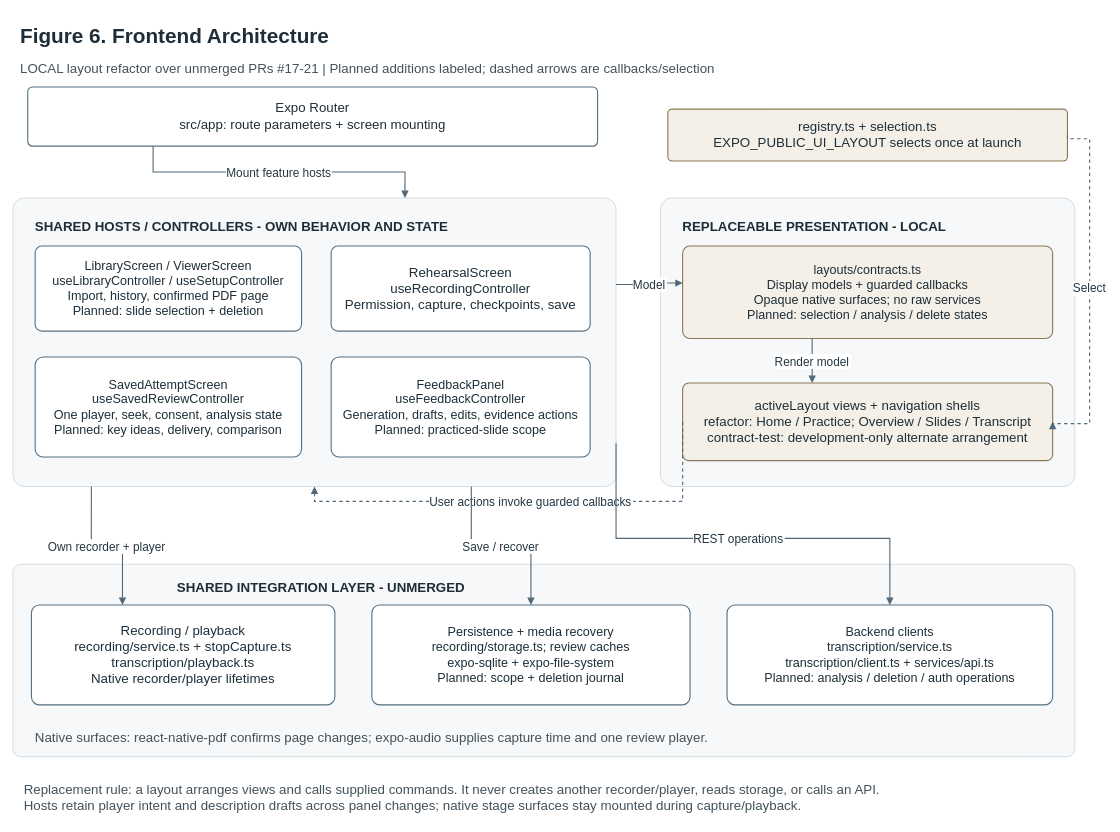
This is docs/diagram-review/sources/figure-6-frontend.drawio from snuhcs-course/swpp-2026-project-team-07, a draw.io file, before an edit. Source tidied: cells renumbered, new cells numbered last; positions are measured from the earlier drawing's top-left corner, leaving out a move shared by most shapes. Both pictures are drawn from the tidied source at 74%, with x=0, y=0 at pixel (13, 13).
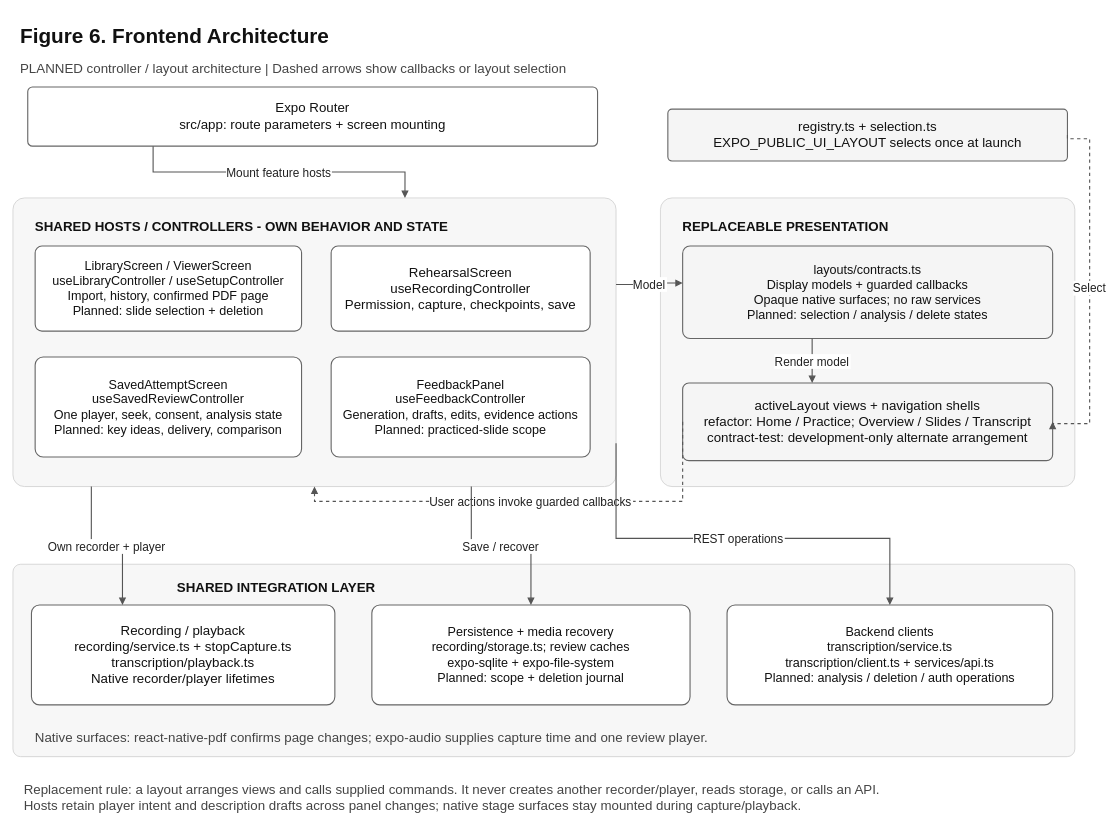
The same page after the edit.

The edit, as a diff of the source:
```diff
@@
-    <mxCell id="2" value="Figure 6. Frontend Architecture" style="html=0;whiteSpace=wrap;fontFamily=Arial;fontSize=18;fontColor=#1e2e38;spacing=10;text;strokeColor=none;fillColor=none;align=left;fontStyle=1;fontSize=28;" parent="1" vertex="1">
+    <mxCell id="2" value="Figure 6. Frontend Architecture" style="html=0;whiteSpace=wrap;fontFamily=Arial;fontSize=18;fontColor=#111111;spacing=10;text;strokeColor=none;fillColor=none;align=left;fontStyle=1;fontSize=28;" parent="1" vertex="1">
       <mxGeometry width="1300" height="45" as="geometry" />
     </mxCell>
-    <mxCell id="3" value="LOCAL layout refactor over unmerged PRs #17-21 | Planned additions labeled; dashed arrows are callbacks/selection" style="html=0;whiteSpace=wrap;fontFamily=Arial;fontSize=18;fontColor=#1e2e38;spacing=10;text;strokeColor=none;fillColor=none;align=left;verticalAlign=top;fontColor=#43515b;" parent="1" vertex="1">
+    <mxCell id="3" value="PLANNED controller / layout architecture | Dashed arrows show callbacks or layout selection" style="html=0;whiteSpace=wrap;fontFamily=Arial;fontSize=18;fontColor=#111111;spacing=10;text;strokeColor=none;fillColor=none;align=left;verticalAlign=top;fontColor=#444444;" parent="1" vertex="1">
       <mxGeometry y="50" width="1440" height="35" as="geometry" />
     </mxCell>
-    <mxCell id="4" value="Expo Router&#10;src/app: route parameters + screen mounting" style="html=0;whiteSpace=wrap;fontFamily=Arial;fontSize=18;fontColor=#1e2e38;spacing=10;rounded=1;arcSize=8;fillColor=#ffffff;strokeColor=#547083;strokeWidth=1.5;" parent="1" vertex="1">
+    <mxCell id="4" value="Expo Router&#10;src/app: route parameters + screen mounting" style="html=0;whiteSpace=wrap;fontFamily=Arial;fontSize=18;fontColor=#111111;spacing=10;rounded=1;arcSize=8;fillColor=#ffffff;strokeColor=#666666;strokeWidth=1.5;" parent="1" vertex="1">
       <mxGeometry x="20" y="100" width="770" height="80" as="geometry" />
     </mxCell>
-    <mxCell id="5" value="SHARED HOSTS / CONTROLLERS - OWN BEHAVIOR AND STATE" style="html=0;whiteSpace=wrap;fontFamily=Arial;fontSize=18;fontColor=#1e2e38;spacing=10;rounded=1;arcSize=4;fillColor=#f6f8fa;strokeColor=#c8d2d9;strokeWidth=1;verticalAlign=top;align=left;spacingLeft=20;spacingTop=14;fontStyle=1;" parent="1" vertex="1">
+    <mxCell id="5" value="SHARED HOSTS / CONTROLLERS - OWN BEHAVIOR AND STATE" style="html=0;whiteSpace=wrap;fontFamily=Arial;fontSize=18;fontColor=#111111;spacing=10;rounded=1;arcSize=4;fillColor=#f7f7f7;strokeColor=#cccccc;strokeWidth=1;verticalAlign=top;align=left;spacingLeft=20;spacingTop=14;fontStyle=1;" parent="1" vertex="1">
       <mxGeometry y="250" width="815" height="390" as="geometry" />
     </mxCell>
-    <mxCell id="6" value="LibraryScreen / ViewerScreen&#10;useLibraryController / useSetupController&#10;Import, history, confirmed PDF page&#10;Planned: slide selection + deletion" style="html=0;whiteSpace=wrap;fontFamily=Arial;fontSize=18;fontColor=#1e2e38;spacing=10;rounded=1;arcSize=8;fillColor=#ffffff;strokeColor=#547083;strokeWidth=1.5;fontSize=17;" parent="1" vertex="1">
+    <mxCell id="6" value="LibraryScreen / ViewerScreen&#10;useLibraryController / useSetupController&#10;Import, history, confirmed PDF page&#10;Planned: slide selection + deletion" style="html=0;whiteSpace=wrap;fontFamily=Arial;fontSize=18;fontColor=#111111;spacing=10;rounded=1;arcSize=8;fillColor=#ffffff;strokeColor=#666666;strokeWidth=1.5;fontSize=17;" parent="1" vertex="1">
       <mxGeometry x="30" y="315" width="360" height="115" as="geometry" />
     </mxCell>
-    <mxCell id="7" value="RehearsalScreen&#10;useRecordingController&#10;Permission, capture, checkpoints, save" style="html=0;whiteSpace=wrap;fontFamily=Arial;fontSize=18;fontColor=#1e2e38;spacing=10;rounded=1;arcSize=8;fillColor=#ffffff;strokeColor=#547083;strokeWidth=1.5;" parent="1" vertex="1">
+    <mxCell id="7" value="RehearsalScreen&#10;useRecordingController&#10;Permission, capture, checkpoints, save" style="html=0;whiteSpace=wrap;fontFamily=Arial;fontSize=18;fontColor=#111111;spacing=10;rounded=1;arcSize=8;fillColor=#ffffff;strokeColor=#666666;strokeWidth=1.5;" parent="1" vertex="1">
       <mxGeometry x="430" y="315" width="350" height="115" as="geometry" />
     </mxCell>
-    <mxCell id="8" value="SavedAttemptScreen&#10;useSavedReviewController&#10;One player, seek, consent, analysis state&#10;Planned: key ideas, delivery, comparison" style="html=0;whiteSpace=wrap;fontFamily=Arial;fontSize=18;fontColor=#1e2e38;spacing=10;rounded=1;arcSize=8;fillColor=#ffffff;strokeColor=#547083;strokeWidth=1.5;fontSize=17;" parent="1" vertex="1">
+    <mxCell id="8" value="SavedAttemptScreen&#10;useSavedReviewController&#10;One player, seek, consent, analysis state&#10;Planned: key ideas, delivery, comparison" style="html=0;whiteSpace=wrap;fontFamily=Arial;fontSize=18;fontColor=#111111;spacing=10;rounded=1;arcSize=8;fillColor=#ffffff;strokeColor=#666666;strokeWidth=1.5;fontSize=17;" parent="1" vertex="1">
       <mxGeometry x="30" y="465" width="360" height="135" as="geometry" />
     </mxCell>
-    <mxCell id="9" value="FeedbackPanel&#10;useFeedbackController&#10;Generation, drafts, edits, evidence actions&#10;Planned: practiced-slide scope" style="html=0;whiteSpace=wrap;fontFamily=Arial;fontSize=18;fontColor=#1e2e38;spacing=10;rounded=1;arcSize=8;fillColor=#ffffff;strokeColor=#547083;strokeWidth=1.5;fontSize=17;" parent="1" vertex="1">
+    <mxCell id="9" value="FeedbackPanel&#10;useFeedbackController&#10;Generation, drafts, edits, evidence actions&#10;Planned: practiced-slide scope" style="html=0;whiteSpace=wrap;fontFamily=Arial;fontSize=18;fontColor=#111111;spacing=10;rounded=1;arcSize=8;fillColor=#ffffff;strokeColor=#666666;strokeWidth=1.5;fontSize=17;" parent="1" vertex="1">
       <mxGeometry x="430" y="465" width="350" height="135" as="geometry" />
     </mxCell>
-    <mxCell id="10" value="REPLACEABLE PRESENTATION - LOCAL" style="html=0;whiteSpace=wrap;fontFamily=Arial;fontSize=18;fontColor=#1e2e38;spacing=10;rounded=1;arcSize=4;fillColor=#f6f8fa;strokeColor=#c8d2d9;strokeWidth=1;verticalAlign=top;align=left;spacingLeft=20;spacingTop=14;fontStyle=1;" parent="1" vertex="1">
+    <mxCell id="10" value="REPLACEABLE PRESENTATION" style="html=0;whiteSpace=wrap;fontFamily=Arial;fontSize=18;fontColor=#111111;spacing=10;rounded=1;arcSize=4;fillColor=#f7f7f7;strokeColor=#cccccc;strokeWidth=1;verticalAlign=top;align=left;spacingLeft=20;spacingTop=14;fontStyle=1;" parent="1" vertex="1">
       <mxGeometry x="875" y="250" width="560" height="390" as="geometry" />
     </mxCell>
-    <mxCell id="11" value="layouts/contracts.ts&#10;Display models + guarded callbacks&#10;Opaque native surfaces; no raw services&#10;Planned: selection / analysis / delete states" style="html=0;whiteSpace=wrap;fontFamily=Arial;fontSize=18;fontColor=#1e2e38;spacing=10;rounded=1;arcSize=8;fillColor=#f4f0e8;strokeColor=#8a7857;strokeWidth=1.5;fontSize=17;" parent="1" vertex="1">
+    <mxCell id="11" value="layouts/contracts.ts&#10;Display models + guarded callbacks&#10;Opaque native surfaces; no raw services&#10;Planned: selection / analysis / delete states" style="html=0;whiteSpace=wrap;fontFamily=Arial;fontSize=18;fontColor=#111111;spacing=10;rounded=1;arcSize=8;fillColor=#f5f5f5;strokeColor=#666666;strokeWidth=1.5;fontSize=17;" parent="1" vertex="1">
       <mxGeometry x="905" y="315" width="500" height="125" as="geometry" />
     </mxCell>
-    <mxCell id="12" value="activeLayout views + navigation shells&#10;refactor: Home / Practice; Overview / Slides / Transcript&#10;contract-test: development-only alternate arrangement" style="html=0;whiteSpace=wrap;fontFamily=Arial;fontSize=18;fontColor=#1e2e38;spacing=10;rounded=1;arcSize=8;fillColor=#f4f0e8;strokeColor=#8a7857;strokeWidth=1.5;" parent="1" vertex="1">
+    <mxCell id="12" value="activeLayout views + navigation shells&#10;refactor: Home / Practice; Overview / Slides / Transcript&#10;contract-test: development-only alternate arrangement" style="html=0;whiteSpace=wrap;fontFamily=Arial;fontSize=18;fontColor=#111111;spacing=10;rounded=1;arcSize=8;fillColor=#f5f5f5;strokeColor=#666666;strokeWidth=1.5;" parent="1" vertex="1">
       <mxGeometry x="905" y="500" width="500" height="105" as="geometry" />
     </mxCell>
-    <mxCell id="13" value="registry.ts + selection.ts&#10;EXPO_PUBLIC_UI_LAYOUT selects once at launch" style="html=0;whiteSpace=wrap;fontFamily=Arial;fontSize=18;fontColor=#1e2e38;spacing=10;rounded=1;arcSize=8;fillColor=#f4f0e8;strokeColor=#8a7857;strokeWidth=1.5;" parent="1" vertex="1">
+    <mxCell id="13" value="registry.ts + selection.ts&#10;EXPO_PUBLIC_UI_LAYOUT selects once at launch" style="html=0;whiteSpace=wrap;fontFamily=Arial;fontSize=18;fontColor=#111111;spacing=10;rounded=1;arcSize=8;fillColor=#f5f5f5;strokeColor=#666666;strokeWidth=1.5;" parent="1" vertex="1">
       <mxGeometry x="885" y="130" width="540" height="70" as="geometry" />
     </mxCell>
-    <mxCell id="14" style="html=0;whiteSpace=wrap;fontFamily=Arial;fontSize=18;fontColor=#1e2e38;spacing=10;rounded=1;arcSize=4;fillColor=#f6f8fa;strokeColor=#c8d2d9;strokeWidth=1;verticalAlign=top;align=left;spacingLeft=20;spacingTop=14;fontStyle=1;" parent="1" vertex="1">
+    <mxCell id="14" style="html=0;whiteSpace=wrap;fontFamily=Arial;fontSize=18;fontColor=#111111;spacing=10;rounded=1;arcSize=4;fillColor=#f7f7f7;strokeColor=#cccccc;strokeWidth=1;verticalAlign=top;align=left;spacingLeft=20;spacingTop=14;fontStyle=1;" parent="1" vertex="1">
       <mxGeometry y="745" width="1435" height="260" as="geometry" />
     </mxCell>
-    <mxCell id="15" value="Recording / playback&#10;recording/service.ts + stopCapture.ts&#10;transcription/playback.ts&#10;Native recorder/player lifetimes" style="html=0;whiteSpace=wrap;fontFamily=Arial;fontSize=18;fontColor=#1e2e38;spacing=10;rounded=1;arcSize=8;fillColor=#ffffff;strokeColor=#547083;strokeWidth=1.5;" parent="1" vertex="1">
+    <mxCell id="15" value="Recording / playback&#10;recording/service.ts + stopCapture.ts&#10;transcription/playback.ts&#10;Native recorder/player lifetimes" style="html=0;whiteSpace=wrap;fontFamily=Arial;fontSize=18;fontColor=#111111;spacing=10;rounded=1;arcSize=8;fillColor=#ffffff;strokeColor=#666666;strokeWidth=1.5;" parent="1" vertex="1">
       <mxGeometry x="25" y="800" width="410" height="135" as="geometry" />
     </mxCell>
-    <mxCell id="16" value="Persistence + media recovery&#10;recording/storage.ts; review caches&#10;expo-sqlite + expo-file-system&#10;Planned: scope + deletion journal" style="html=0;whiteSpace=wrap;fontFamily=Arial;fontSize=18;fontColor=#1e2e38;spacing=10;rounded=1;arcSize=8;fillColor=#ffffff;strokeColor=#547083;strokeWidth=1.5;fontSize=17;" parent="1" vertex="1">
+    <mxCell id="16" value="Persistence + media recovery&#10;recording/storage.ts; review caches&#10;expo-sqlite + expo-file-system&#10;Planned: scope + deletion journal" style="html=0;whiteSpace=wrap;fontFamily=Arial;fontSize=18;fontColor=#111111;spacing=10;rounded=1;arcSize=8;fillColor=#ffffff;strokeColor=#666666;strokeWidth=1.5;fontSize=17;" parent="1" vertex="1">
       <mxGeometry x="485" y="800" width="430" height="135" as="geometry" />
     </mxCell>
-    <mxCell id="17" value="Backend clients&#10;transcription/service.ts&#10;transcription/client.ts + services/api.ts&#10;Planned: analysis / deletion / auth operations" style="html=0;whiteSpace=wrap;fontFamily=Arial;fontSize=18;fontColor=#1e2e38;spacing=10;rounded=1;arcSize=8;fillColor=#ffffff;strokeColor=#547083;strokeWidth=1.5;fontSize=17;" parent="1" vertex="1">
+    <mxCell id="17" value="Backend clients&#10;transcription/service.ts&#10;transcription/client.ts + services/api.ts&#10;Planned: analysis / deletion / auth operations" style="html=0;whiteSpace=wrap;fontFamily=Arial;fontSize=18;fontColor=#111111;spacing=10;rounded=1;arcSize=8;fillColor=#ffffff;strokeColor=#666666;strokeWidth=1.5;fontSize=17;" parent="1" vertex="1">
       <mxGeometry x="965" y="800" width="440" height="135" as="geometry" />
     </mxCell>
-    <mxCell id="18" value="Native surfaces: react-native-pdf confirms page changes; expo-audio supplies capture time and one review player." style="html=0;whiteSpace=wrap;fontFamily=Arial;fontSize=18;fontColor=#1e2e38;spacing=10;text;strokeColor=none;fillColor=none;align=left;verticalAlign=top;fontColor=#43515b;" parent="1" vertex="1">
+    <mxCell id="18" value="Native surfaces: react-native-pdf confirms page changes; expo-audio supplies capture time and one review player." style="html=0;whiteSpace=wrap;fontFamily=Arial;fontSize=18;fontColor=#111111;spacing=10;text;strokeColor=none;fillColor=none;align=left;verticalAlign=top;fontColor=#444444;" parent="1" vertex="1">
       <mxGeometry x="20" y="955" width="1370" height="35" as="geometry" />
     </mxCell>
-    <mxCell id="19" value="Mount feature hosts" style="edgeStyle=orthogonalEdgeStyle;rounded=0;jettySize=auto;html=0;endArrow=block;endFill=1;strokeColor=#526777;strokeWidth=1.5;fontFamily=Arial;fontSize=16;fontColor=#243744;labelBackgroundColor=#ffffff;entryX=0.65;entryY=0;entryDx=0;entryDy=0;exitX=0.22;exitY=1;exitDx=0;exitDy=0;" parent="1" edge="1" source="4" target="5">
+    <mxCell id="19" value="Mount feature hosts" style="edgeStyle=orthogonalEdgeStyle;rounded=0;jettySize=auto;html=0;endArrow=block;endFill=1;strokeColor=#555555;strokeWidth=1.5;fontFamily=Arial;fontSize=16;fontColor=#222222;labelBackgroundColor=#ffffff;entryX=0.65;entryY=0;entryDx=0;entryDy=0;exitX=0.22;exitY=1;exitDx=0;exitDy=0;" parent="1" edge="1" source="4" target="5">
       <mxGeometry relative="1" as="geometry" />
     </mxCell>
-    <mxCell id="20" value="Select" style="edgeStyle=orthogonalEdgeStyle;rounded=0;jettySize=auto;html=0;endArrow=block;endFill=1;strokeColor=#526777;strokeWidth=1.5;fontFamily=Arial;fontSize=16;fontColor=#243744;labelBackgroundColor=#ffffff;entryX=1;entryY=0.5;entryDx=0;entryDy=0;exitX=1;exitY=0.5;exitDx=0;exitDy=0;dashed=1;" parent="1" edge="1" source="13" target="12">
+    <mxCell id="20" value="Select" style="edgeStyle=orthogonalEdgeStyle;rounded=0;jettySize=auto;html=0;endArrow=block;endFill=1;strokeColor=#555555;strokeWidth=1.5;fontFamily=Arial;fontSize=16;fontColor=#222222;labelBackgroundColor=#ffffff;entryX=1;entryY=0.5;entryDx=0;entryDy=0;exitX=1;exitY=0.5;exitDx=0;exitDy=0;dashed=1;" parent="1" edge="1" source="13" target="12">
       <mxGeometry relative="1" as="geometry">
         <Array as="points">
           <mxPoint x="1455" y="170" />
           <mxPoint x="1455" y="555" />
         </Array>
       </mxGeometry>
     </mxCell>
-    <mxCell id="21" value="Model" style="edgeStyle=orthogonalEdgeStyle;rounded=0;jettySize=auto;html=0;endArrow=block;endFill=1;strokeColor=#526777;strokeWidth=1.5;fontFamily=Arial;fontSize=16;fontColor=#243744;labelBackgroundColor=#ffffff;entryX=0;entryY=0.4;entryDx=0;entryDy=0;exitX=1;exitY=0.3;exitDx=0;exitDy=0;" parent="1" edge="1" source="5" target="11">
+    <mxCell id="21" value="Model" style="edgeStyle=orthogonalEdgeStyle;rounded=0;jettySize=auto;html=0;endArrow=block;endFill=1;strokeColor=#555555;strokeWidth=1.5;fontFamily=Arial;fontSize=16;fontColor=#222222;labelBackgroundColor=#ffffff;entryX=0;entryY=0.4;entryDx=0;entryDy=0;exitX=1;exitY=0.3;exitDx=0;exitDy=0;" parent="1" edge="1" source="5" target="11">
       <mxGeometry relative="1" as="geometry" />
     </mxCell>
-    <mxCell id="22" value="Render model" style="edgeStyle=orthogonalEdgeStyle;rounded=0;jettySize=auto;html=0;endArrow=block;endFill=1;strokeColor=#526777;strokeWidth=1.5;fontFamily=Arial;fontSize=16;fontColor=#243744;labelBackgroundColor=#ffffff;entryX=0.35;entryY=0;entryDx=0;entryDy=0;exitX=0.35;exitY=1;exitDx=0;exitDy=0;" parent="1" edge="1" source="11" target="12">
+    <mxCell id="22" value="Render model" style="edgeStyle=orthogonalEdgeStyle;rounded=0;jettySize=auto;html=0;endArrow=block;endFill=1;strokeColor=#555555;strokeWidth=1.5;fontFamily=Arial;fontSize=16;fontColor=#222222;labelBackgroundColor=#ffffff;entryX=0.35;entryY=0;entryDx=0;entryDy=0;exitX=0.35;exitY=1;exitDx=0;exitDy=0;" parent="1" edge="1" source="11" target="12">
       <mxGeometry relative="1" as="geometry" />
     </mxCell>
-    <mxCell id="23" value="User actions invoke guarded callbacks" style="edgeStyle=orthogonalEdgeStyle;rounded=0;jettySize=auto;html=0;endArrow=block;endFill=1;strokeColor=#526777;strokeWidth=1.5;fontFamily=Arial;fontSize=16;fontColor=#243744;labelBackgroundColor=#ffffff;entryX=0.5;entryY=1;entryDx=0;entryDy=0;exitX=0;exitY=0.5;exitDx=0;exitDy=0;dashed=1;" parent="1" edge="1" source="12" target="5">
+    <mxCell id="23" value="User actions invoke guarded callbacks" style="edgeStyle=orthogonalEdgeStyle;rounded=0;jettySize=auto;html=0;endArrow=block;endFill=1;strokeColor=#555555;strokeWidth=1.5;fontFamily=Arial;fontSize=16;fontColor=#222222;labelBackgroundColor=#ffffff;entryX=0.5;entryY=1;entryDx=0;entryDy=0;exitX=0;exitY=0.5;exitDx=0;exitDy=0;dashed=1;" parent="1" edge="1" source="12" target="5">
       <mxGeometry relative="1" as="geometry">
         <Array as="points">
           <mxPoint x="845" y="660" />
           <mxPoint x="395" y="660" />
         </Array>
       </mxGeometry>
     </mxCell>
-    <mxCell id="24" value="Own recorder + player" style="edgeStyle=orthogonalEdgeStyle;rounded=0;jettySize=auto;html=0;endArrow=block;endFill=1;strokeColor=#526777;strokeWidth=1.5;fontFamily=Arial;fontSize=16;fontColor=#243744;labelBackgroundColor=#ffffff;entryX=0.3;entryY=0;entryDx=0;entryDy=0;exitX=0.13;exitY=1;exitDx=0;exitDy=0;" parent="1" edge="1" source="5" target="15">
+    <mxCell id="24" value="Own recorder + player" style="edgeStyle=orthogonalEdgeStyle;rounded=0;jettySize=auto;html=0;endArrow=block;endFill=1;strokeColor=#555555;strokeWidth=1.5;fontFamily=Arial;fontSize=16;fontColor=#222222;labelBackgroundColor=#ffffff;entryX=0.3;entryY=0;entryDx=0;entryDy=0;exitX=0.13;exitY=1;exitDx=0;exitDy=0;" parent="1" edge="1" source="5" target="15">
       <mxGeometry relative="1" as="geometry" />
     </mxCell>
-    <mxCell id="25" value="Save / recover" style="edgeStyle=orthogonalEdgeStyle;rounded=0;jettySize=auto;html=0;endArrow=block;endFill=1;strokeColor=#526777;strokeWidth=1.5;fontFamily=Arial;fontSize=16;fontColor=#243744;labelBackgroundColor=#ffffff;entryX=0.5;entryY=0;entryDx=0;entryDy=0;exitX=0.76;exitY=1;exitDx=0;exitDy=0;" parent="1" edge="1" source="5" target="16">
+    <mxCell id="25" value="Save / recover" style="edgeStyle=orthogonalEdgeStyle;rounded=0;jettySize=auto;html=0;endArrow=block;endFill=1;strokeColor=#555555;strokeWidth=1.5;fontFamily=Arial;fontSize=16;fontColor=#222222;labelBackgroundColor=#ffffff;entryX=0.5;entryY=0;entryDx=0;entryDy=0;exitX=0.76;exitY=1;exitDx=0;exitDy=0;" parent="1" edge="1" source="5" target="16">
       <mxGeometry relative="1" as="geometry" />
     </mxCell>
-    <mxCell id="26" value="REST operations" style="edgeStyle=orthogonalEdgeStyle;rounded=0;jettySize=auto;html=0;endArrow=block;endFill=1;strokeColor=#526777;strokeWidth=1.5;fontFamily=Arial;fontSize=16;fontColor=#243744;labelBackgroundColor=#ffffff;entryX=0.5;entryY=0;entryDx=0;entryDy=0;exitX=1;exitY=0.85;exitDx=0;exitDy=0;" parent="1" edge="1" source="5" target="17">
+    <mxCell id="26" value="REST operations" style="edgeStyle=orthogonalEdgeStyle;rounded=0;jettySize=auto;html=0;endArrow=block;endFill=1;strokeColor=#555555;strokeWidth=1.5;fontFamily=Arial;fontSize=16;fontColor=#222222;labelBackgroundColor=#ffffff;entryX=0.5;entryY=0;entryDx=0;entryDy=0;exitX=1;exitY=0.85;exitDx=0;exitDy=0;" parent="1" edge="1" source="5" target="17">
       <mxGeometry relative="1" as="geometry">
         <Array as="points">
           <mxPoint x="835" y="710" />
           <mxPoint x="1180" y="710" />
         </Array>
       </mxGeometry>
     </mxCell>
-    <mxCell id="27" value="Replacement rule: a layout arranges views and calls supplied commands. It never creates another recorder/player, reads storage, or calls an API.&#10;Hosts retain player intent and description drafts across panel changes; native stage surfaces stay mounted during capture/playback." style="html=0;whiteSpace=wrap;fontFamily=Arial;fontSize=18;fontColor=#1e2e38;spacing=10;text;strokeColor=none;fillColor=none;align=left;verticalAlign=top;fontColor=#43515b;" parent="1" vertex="1">
+    <mxCell id="27" value="Replacement rule: a layout arranges views and calls supplied commands. It never creates another recorder/player, reads storage, or calls an API.&#10;Hosts retain player intent and description drafts across panel changes; native stage surfaces stay mounted during capture/playback." style="html=0;whiteSpace=wrap;fontFamily=Arial;fontSize=18;fontColor=#111111;spacing=10;text;strokeColor=none;fillColor=none;align=left;verticalAlign=top;fontColor=#444444;" parent="1" vertex="1">
       <mxGeometry x="5" y="1025" width="1430" height="65" as="geometry" />
     </mxCell>
-    <mxCell id="28" value="SHARED INTEGRATION LAYER - UNMERGED" style="html=0;whiteSpace=wrap;fontFamily=Arial;fontSize=18;fontColor=#1e2e38;fontStyle=1;align=left;text;strokeColor=none;fillColor=none;" parent="1" vertex="1">
+    <mxCell id="28" value="SHARED INTEGRATION LAYER" style="html=0;whiteSpace=wrap;fontFamily=Arial;fontSize=18;fontColor=#111111;fontStyle=1;align=left;text;strokeColor=none;fillColor=none;" parent="1" vertex="1">
       <mxGeometry x="220" y="760" width="430" height="32" as="geometry" />
     </mxCell>
```
